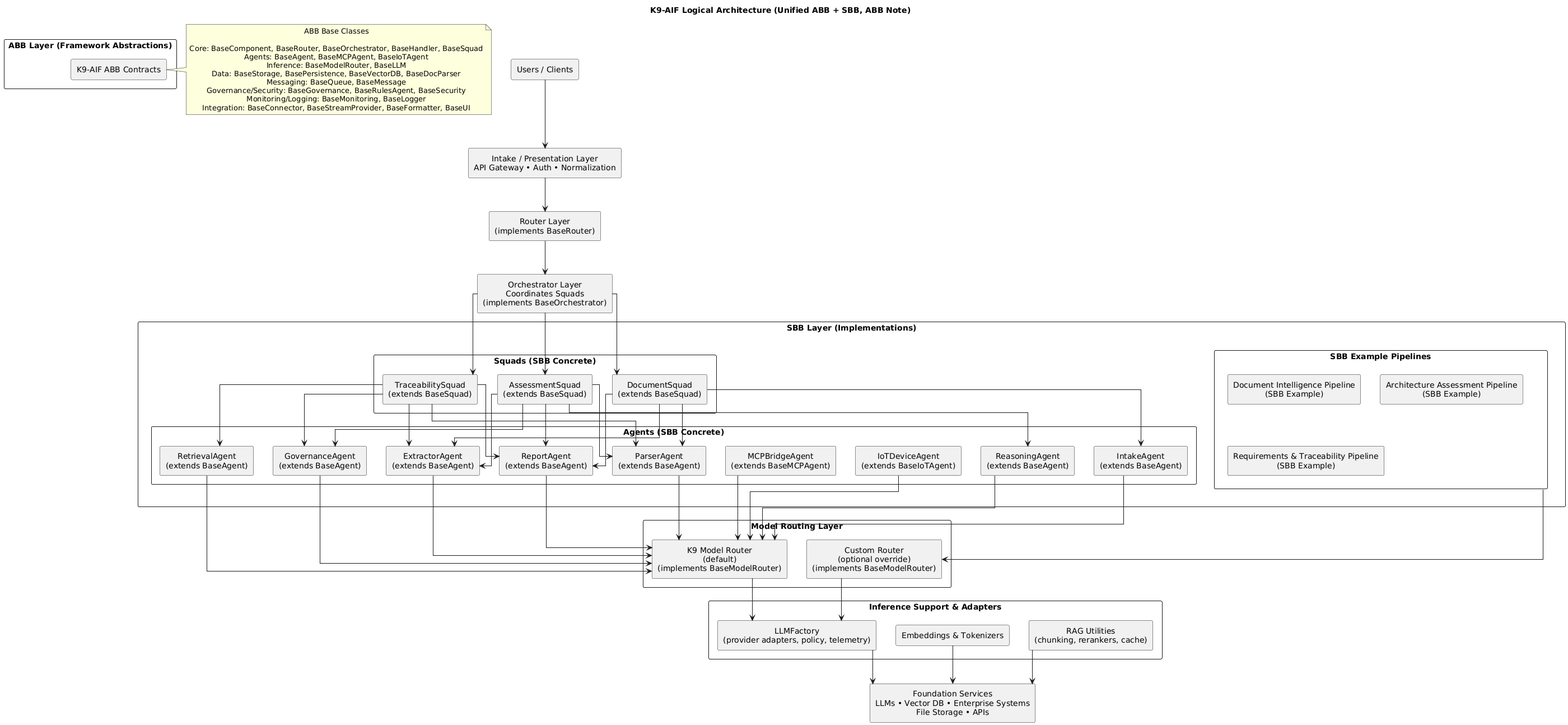
k9aif/doit keeps this PlantUML diagram as images/k9-aif-architecture.png. Above is the earlier version.
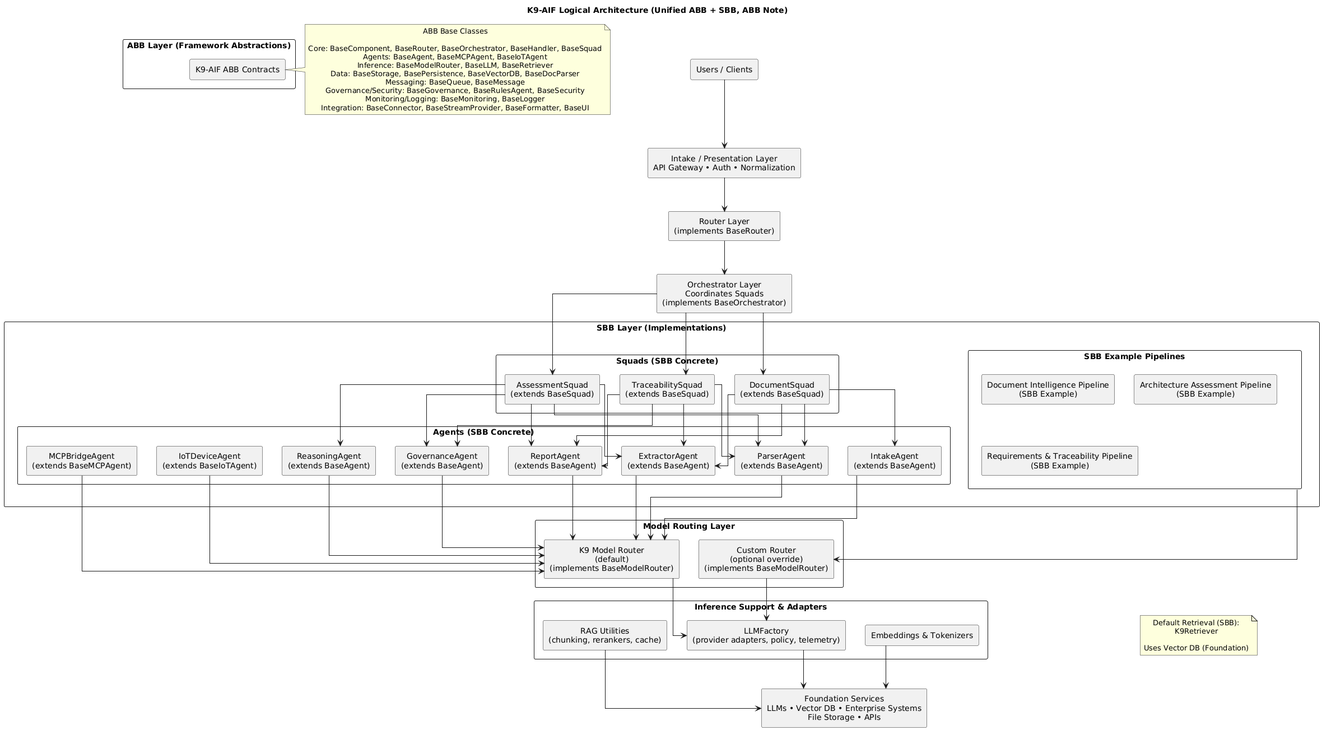
Later version of the same file.

The edit, as a diff of the source:
```diff
@@ -20,7 +20,7 @@
 
   Core: BaseComponent, BaseRouter, BaseOrchestrator, BaseHandler, BaseSquad
   Agents: BaseAgent, BaseMCPAgent, BaseIoTAgent
-  Inference: BaseModelRouter, BaseLLM
+  Inference: BaseModelRouter, BaseLLM, BaseRetriever
   Data: BaseStorage, BasePersistence, BaseVectorDB, BaseDocParser
   Messaging: BaseQueue, BaseMessage
   Governance/Security: BaseGovernance, BaseRulesAgent, BaseSecurity
@@ -39,7 +39,6 @@
     rectangle "ParserAgent\n(extends BaseAgent)" as A2
     rectangle "ExtractorAgent\n(extends BaseAgent)" as A3
     rectangle "ReasoningAgent\n(extends BaseAgent)" as A4
-    rectangle "RetrievalAgent\n(extends BaseAgent)" as A5
     rectangle "GovernanceAgent\n(extends BaseAgent)" as A6
     rectangle "ReportAgent\n(extends BaseAgent)" as A7
     rectangle "MCPBridgeAgent\n(extends BaseMCPAgent)" as A_MCP
@@ -85,15 +84,15 @@
 
 Squad3 --> A2
 Squad3 --> A3
-Squad3 --> A5
 Squad3 --> A6
 Squad3 --> A7
+
+
 
 A1 --> DefaultRouter
 A2 --> DefaultRouter
 A3 --> DefaultRouter
 A4 --> DefaultRouter
-A5 --> DefaultRouter
 A6 --> DefaultRouter
 A7 --> DefaultRouter
 A_MCP --> DefaultRouter
@@ -106,4 +105,14 @@
 LLMFactory --> Foundation
 EmbeddingsTokenizers --> Foundation
 RAGUtilities --> Foundation
+
+note as RetrievalNote
+  Default Retrieval (SBB):
+  K9Retriever
+
+  Uses Vector DB (Foundation)
+end note
+
+RetrievalNote -[hidden]-> Foundation
+Orchestrator -[hidden]-> RetrievalNote
 @enduml
```
